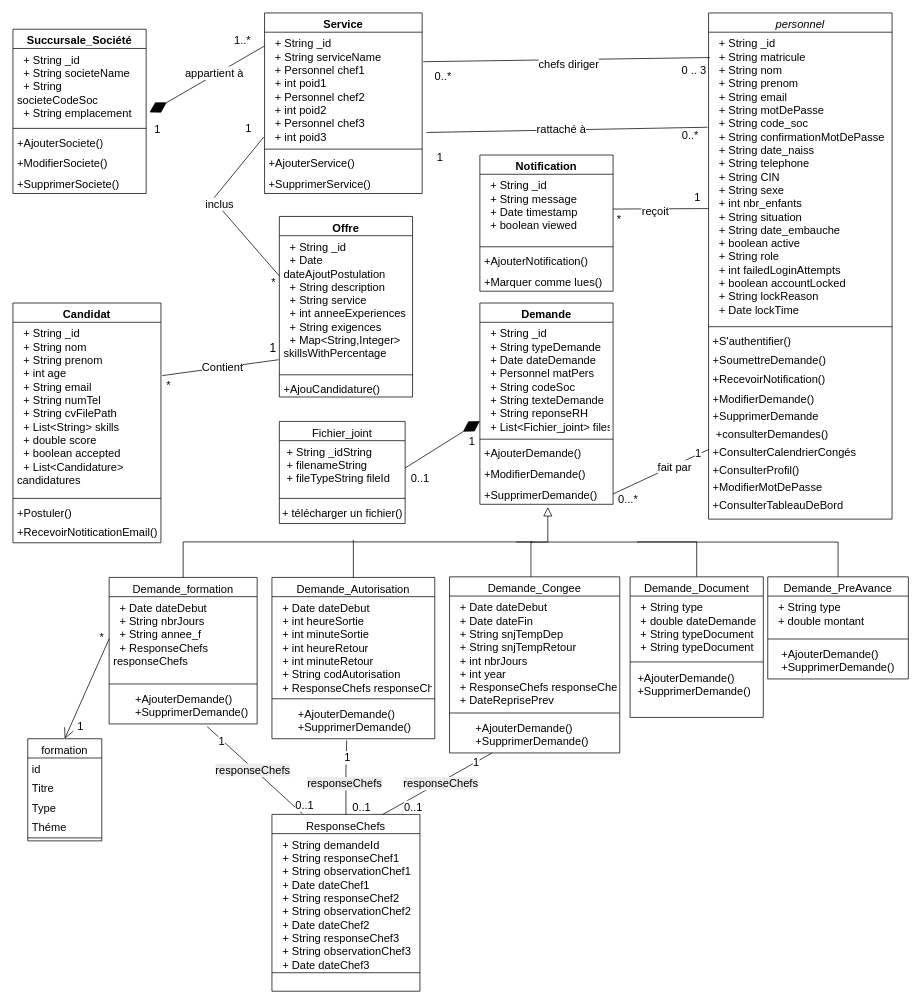
Earlier version of the draw.io diagram Diagramme_classe.drawio (PORTAIL-RH/Portail-RH-Mobile). Source tidied: cells renumbered, new cells numbered last; positions are measured from the earlier drawing's top-left corner, leaving out a move shared by most shapes. Both pictures are drawn from the tidied source at 74%, with x=0, y=0 at pixel (13, 13).
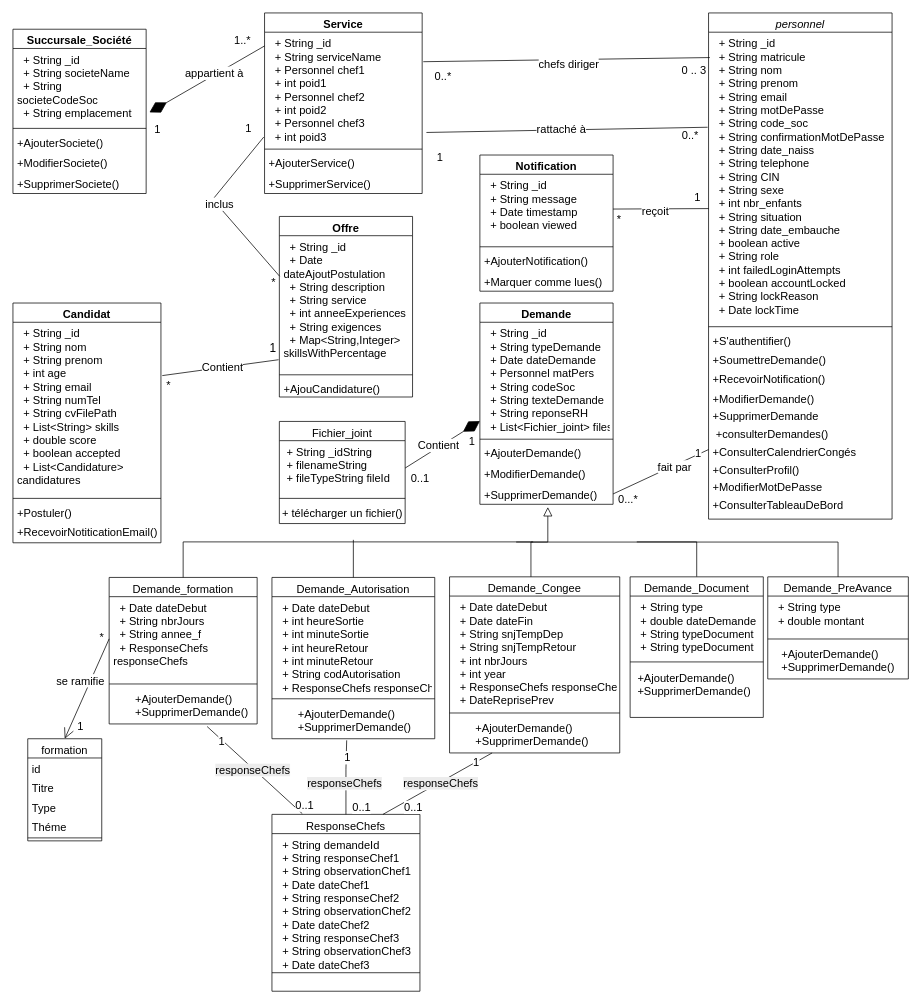
The same page after the edit.

Unchanged cells that the change refers to:
```xml
<mxCell id="25" style="endArrow=open;endFill=1;endSize=12;html=1;rounded=0;exitX=0;exitY=0.5;exitDx=0;exitDy=0;entryX=0.5;entryY=0;entryDx=0;entryDy=0;fontSize=15;" parent="1" edge="1" source="16" target="19">
  <mxGeometry relative="1" as="geometry" />
</mxCell>
<mxCell id="109" style="endArrow=diamondThin;endFill=1;endSize=24;html=1;rounded=0;exitX=1;exitY=0.5;exitDx=0;exitDy=0;fontSize=15;" parent="1" edge="1" source="106" target="56">
  <mxGeometry relative="1" as="geometry" />
</mxCell>
```

The edit, as a diff of the source:
```diff
@@
+    <mxCell id="130" value="&lt;font style=&quot;font-size: 15px;&quot;&gt;se ramifie&lt;/font&gt;" style="edgeLabel;html=1;align=center;verticalAlign=middle;" parent="25" vertex="1">
+      <mxGeometry x="-0.08" y="-4" relative="1" as="geometry">
+        <mxPoint x="-8" y="-5" as="offset" />
+      </mxGeometry>
+    </mxCell>
@@
+    <mxCell id="131" value="&lt;font style=&quot;font-size: 15px;&quot;&gt;Contient&lt;/font&gt;" style="edgeLabel;html=1;align=center;verticalAlign=middle;" parent="109" vertex="1">
+      <mxGeometry x="-0.09" y="3" relative="1" as="geometry" />
+    </mxCell>
```
